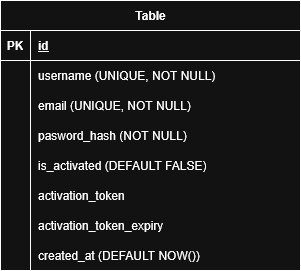
V-P-O/AppSec_project keeps this draw.io diagram as docs/diagrams/db.drawio(1).png. Above is the earlier version. Source tidied: cells renumbered, new cells last; positions are measured from the earlier drawing's top-left corner, leaving out a move shared by most shapes.
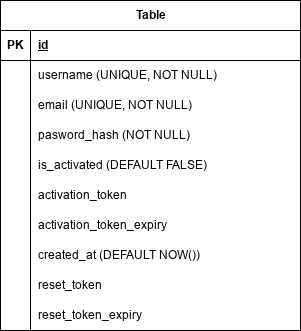
Above is the later version.

Change to the diagram source:
```diff
@@ -3,7 +3,7 @@
     <mxCell id="0" />
     <mxCell id="1" parent="0" />
     <mxCell id="2" value="Table" style="shape=table;startSize=30;rowLines=0;fontStyle=1;align=center;html=1;" parent="1" vertex="1">
-      <mxGeometry width="300" height="270" as="geometry" />
+      <mxGeometry width="300" height="330" as="geometry" />
     </mxCell>
     <mxCell id="3" style="shape=tableRow;horizontal=0;startSize=0;swimlaneHead=0;swimlaneBody=0;fillColor=none;top=0;left=0;right=0;bottom=1;" parent="2" vertex="1">
       <mxGeometry y="30" width="300" height="30" as="geometry" />
@@ -77,5 +77,11 @@
     <mxCell id="26" value="created_at (DEFAULT NOW())" style="shape=partialRectangle;fillColor=none;top=0;left=0;bottom=0;right=0;align=left;spacingLeft=6;overflow=hidden;whiteSpace=wrap;html=1;" parent="24" vertex="1">
       <mxGeometry x="30" width="270" height="30" as="geometry" />
     </mxCell>
+    <mxCell id="27" value="reset_token" style="shape=partialRectangle;fillColor=none;top=0;left=1;bottom=0;right=0;align=left;spacingLeft=6;overflow=hidden;whiteSpace=wrap;html=1;perimeterSpacing=0;" parent="1" vertex="1">
+      <mxGeometry x="30" y="270" width="270" height="30" as="geometry" />
+    </mxCell>
+    <mxCell id="28" value="reset_token_expiry" style="shape=partialRectangle;fillColor=none;top=0;left=1;bottom=0;right=0;align=left;spacingLeft=6;overflow=hidden;whiteSpace=wrap;html=1;" parent="1" vertex="1">
+      <mxGeometry x="30" y="300" width="270" height="30" as="geometry" />
+    </mxCell>
   </root>
 </mxGraphModel>
```
